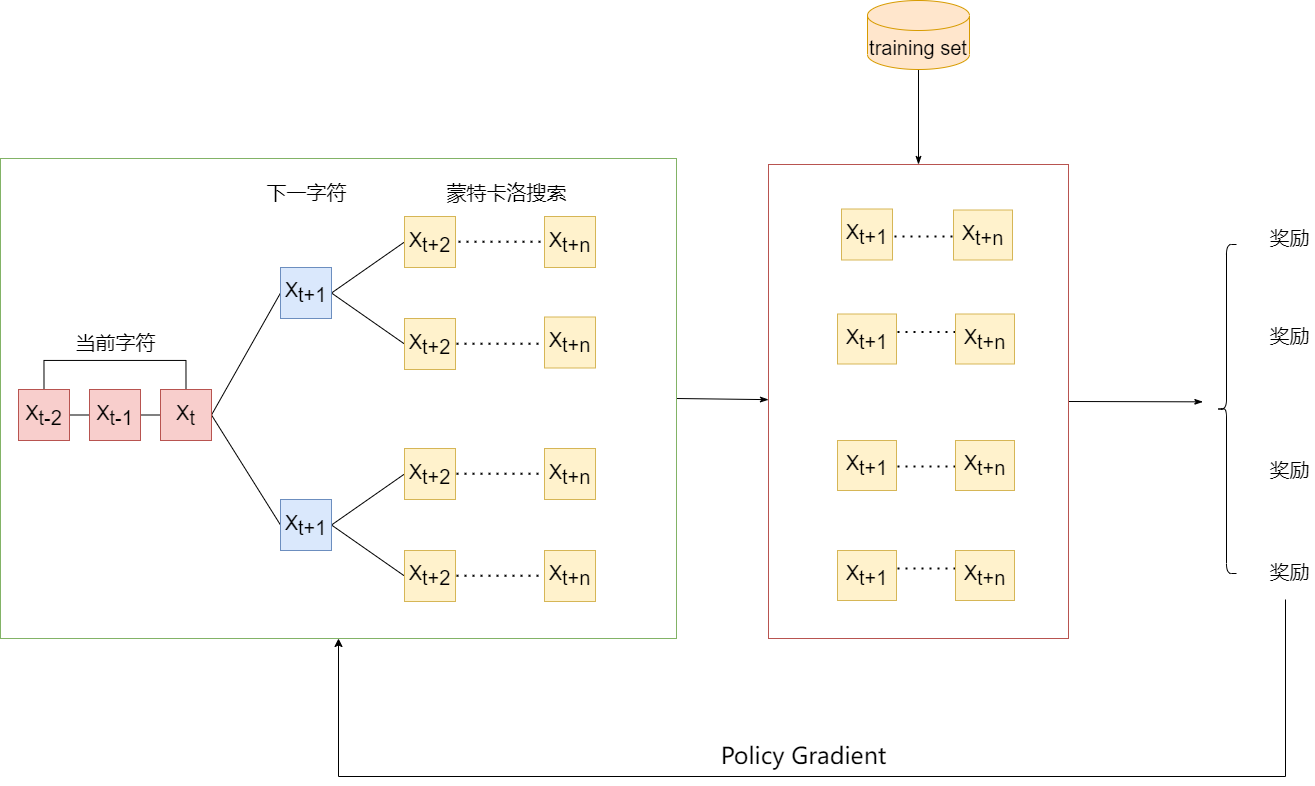
Before: seqgan.drawio.png, a diagram exported from draw.io (lakomi/pictures). Source tidied: cells renumbered, new cells last; positions are measured from the earlier drawing's top-left corner, leaving out a move shared by most shapes.
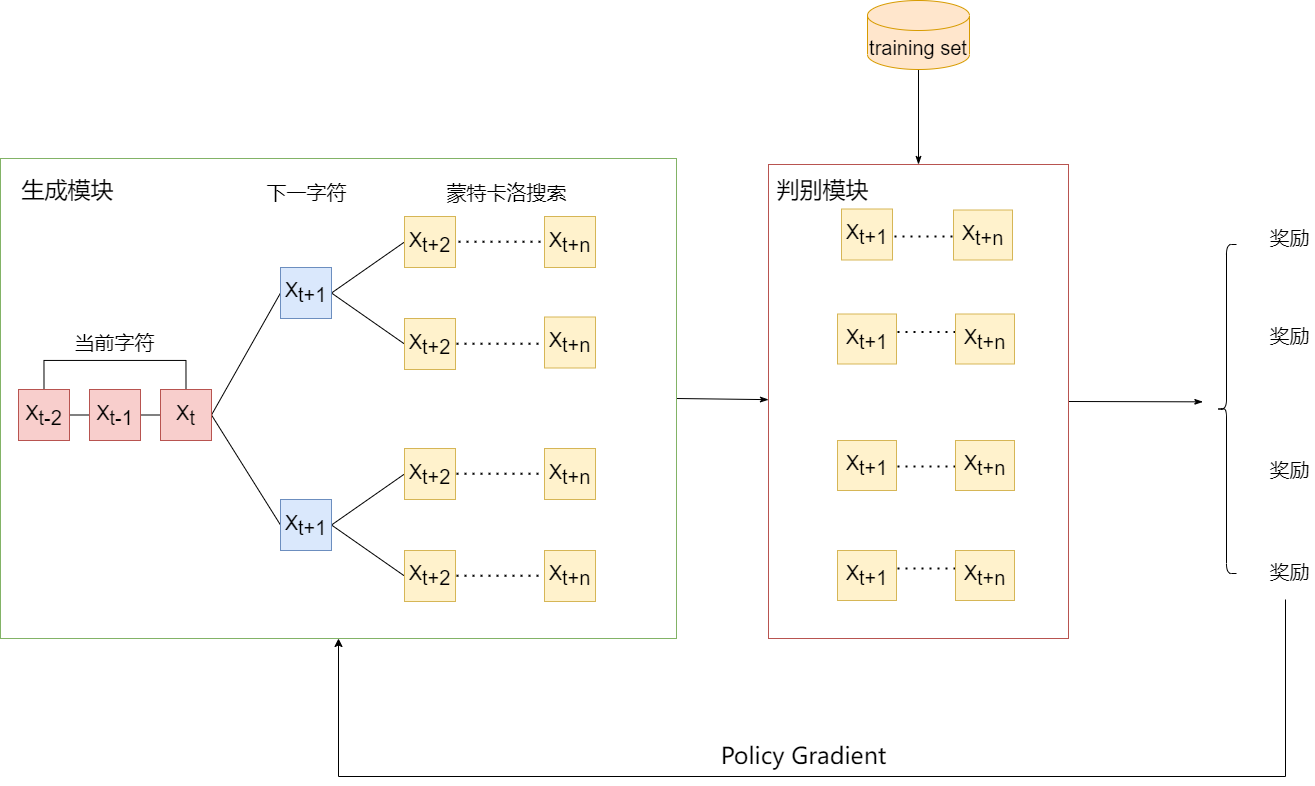
Above is the later version.

The edit, as a diff of the source:
```diff
@@ -226,5 +226,11 @@
     <mxCell id="55" value="X&lt;sub style=&quot;font-size: 20px&quot;&gt;t+n&lt;/sub&gt;" style="rounded=0;whiteSpace=wrap;html=1;fontSize=20;fillColor=#fff2cc;strokeColor=#d6b656;" parent="1" vertex="1">
       <mxGeometry x="955" y="550" width="59" height="50" as="geometry" />
     </mxCell>
+    <mxCell id="56" value="生成模块" style="text;html=1;strokeColor=none;fillColor=none;align=center;verticalAlign=middle;whiteSpace=wrap;rounded=0;fontSize=23;fontColor=#000000;" parent="1" vertex="1">
+      <mxGeometry x="18" y="175" width="99" height="30" as="geometry" />
+    </mxCell>
+    <mxCell id="57" value="判别模块" style="text;html=1;strokeColor=none;fillColor=none;align=center;verticalAlign=middle;whiteSpace=wrap;rounded=0;fontSize=23;fontColor=#000000;" parent="1" vertex="1">
+      <mxGeometry x="773" y="175" width="99" height="30" as="geometry" />
+    </mxCell>
   </root>
 </mxGraphModel>
```
